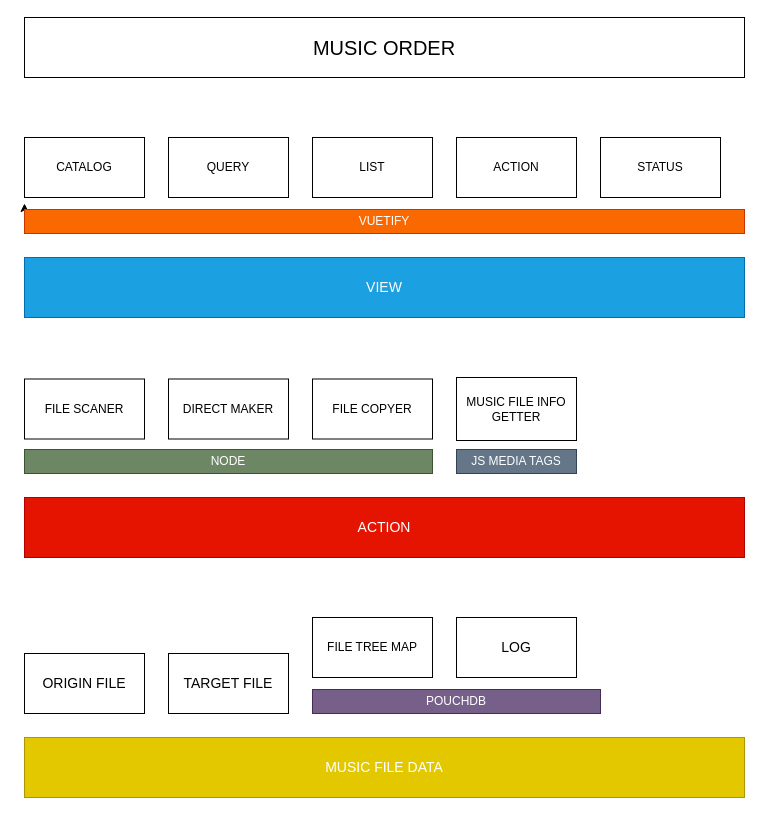
OverlyDramatic/music-order-electron keeps this draw.io diagram as doc/design.drawio. Above is the earlier version. Source tidied: cells renumbered, new cells numbered last; positions are measured from the earlier drawing's top-left corner, leaving out a move shared by most shapes. Both pictures are drawn from the tidied source at 100%, with x=0, y=0 at pixel (24, 17).
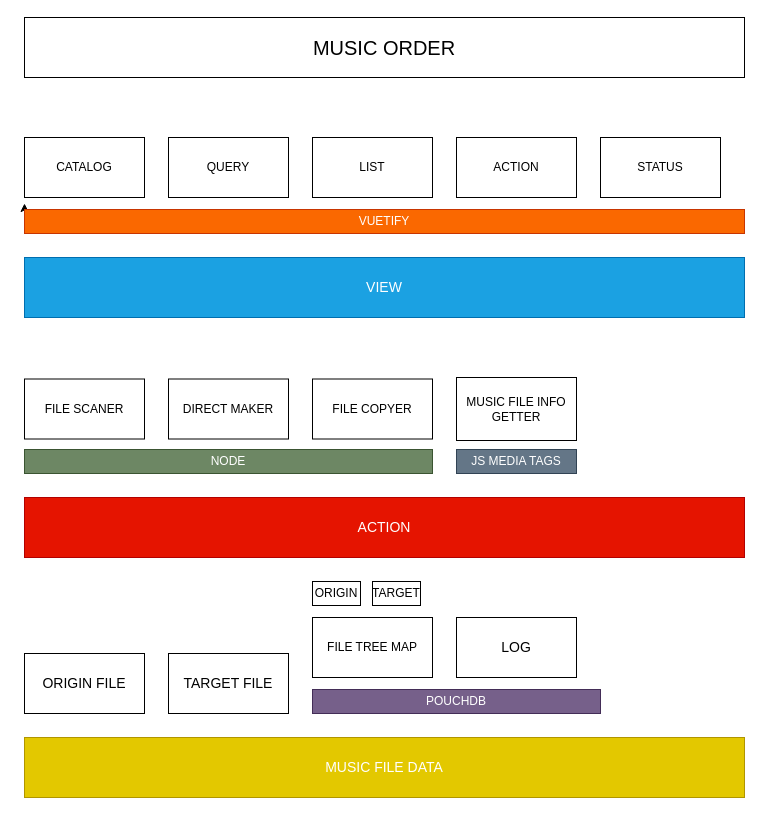
The same page after the edit.

Change to the diagram source:
```diff
@@
+    <mxCell id="24" value="ORIGIN" style="rounded=0;whiteSpace=wrap;html=1;" parent="1" vertex="1">
+      <mxGeometry x="288" y="564" width="48" height="24" as="geometry" />
+    </mxCell>
+    <mxCell id="25" value="TARGET" style="rounded=0;whiteSpace=wrap;html=1;" parent="1" vertex="1">
+      <mxGeometry x="348" y="564" width="48" height="24" as="geometry" />
+    </mxCell>
```
